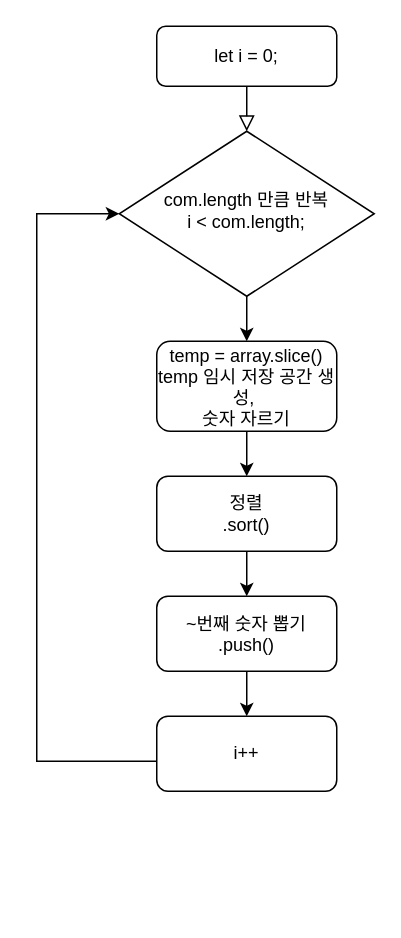
otw03/Programmers-Algorithm keeps this draw.io diagram as Untitled Diagram.drawio. Above is the earlier version. Source tidied: cells renumbered, new cells numbered last; positions are measured from the earlier drawing's top-left corner, leaving out a move shared by most shapes. Both pictures are drawn from the tidied source at 150%, with x=0, y=0 at pixel (36, 26).
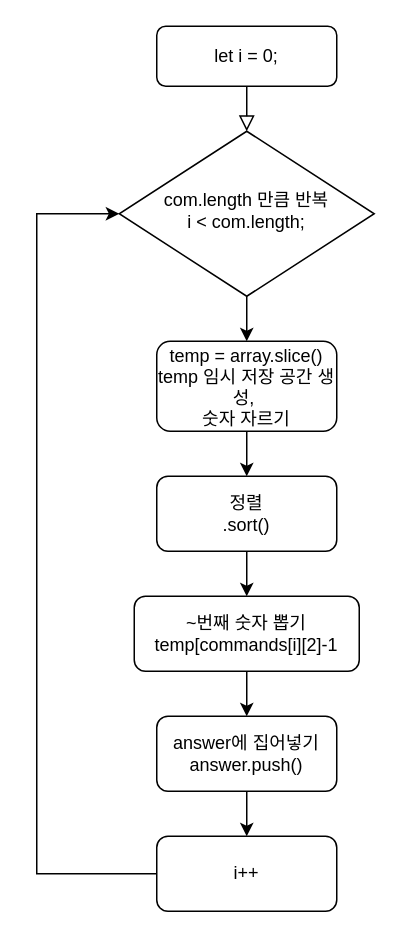
Above is the later version.

Diff of the diagram source:
```diff
@@
 <mxGraphModel>
   <root>
     <mxCell id="0" />
     <mxCell id="1" parent="0" />
     <mxCell id="2" style="rounded=0;html=1;jettySize=auto;fontSize=11;endArrow=block;endFill=0;endSize=8;strokeWidth=1;shadow=0;labelBackgroundColor=none;edgeStyle=orthogonalEdgeStyle;" parent="1" edge="1" source="3" target="5">
       <mxGeometry relative="1" as="geometry" />
     </mxCell>
     <mxCell id="3" value="&lt;span style=&quot;font-family: Arial;&quot;&gt;let i = 0;&lt;/span&gt;" style="rounded=1;whiteSpace=wrap;html=1;fontSize=12;glass=0;strokeWidth=1;shadow=0;" parent="1" vertex="1">
       <mxGeometry x="80" width="120" height="40" as="geometry" />
     </mxCell>
     <mxCell id="4" style="edgeStyle=orthogonalEdgeStyle;rounded=0;jettySize=auto;html=1;" parent="1" edge="1" source="5" target="9">
       <mxGeometry relative="1" as="geometry" />
     </mxCell>
     <mxCell id="5" value="&lt;span style=&quot;font-family: Arial;&quot;&gt;com.length 만큼 반복&lt;/span&gt;&lt;br style=&quot;font-family: Arial;&quot;&gt;&lt;span style=&quot;font-family: Arial;&quot;&gt;i &amp;lt; com.length;&lt;/span&gt;" style="rhombus;whiteSpace=wrap;html=1;shadow=0;fontFamily=Helvetica;fontSize=12;align=center;strokeWidth=1;spacing=6;spacingTop=-4;" parent="1" vertex="1">
       <mxGeometry x="55" y="70" width="170" height="110" as="geometry" />
     </mxCell>
     <mxCell id="6" style="edgeStyle=orthogonalEdgeStyle;rounded=0;jettySize=auto;html=1;entryX=0.5;entryY=0;entryDx=0;entryDy=0;" parent="1" edge="1" source="7" target="11">
       <mxGeometry relative="1" as="geometry" />
     </mxCell>
     <mxCell id="7" value="&lt;span style=&quot;font-family: Arial;&quot;&gt;정렬&lt;/span&gt;&lt;br style=&quot;font-family: Arial;&quot;&gt;&lt;span style=&quot;font-family: Arial;&quot;&gt;.sort()&lt;/span&gt;" style="rounded=1;whiteSpace=wrap;html=1;fontSize=12;glass=0;strokeWidth=1;shadow=0;" parent="1" vertex="1">
       <mxGeometry x="80" y="300" width="120" height="50" as="geometry" />
     </mxCell>
     <mxCell id="8" style="edgeStyle=orthogonalEdgeStyle;rounded=0;jettySize=auto;html=1;" parent="1" edge="1" source="9" target="7">
       <mxGeometry relative="1" as="geometry" />
     </mxCell>
     <mxCell id="9" value="&lt;p style=&quot;margin: 0px; padding: 0px; border: 0px none; line-height: 0px; overflow-wrap: break-word; font-family: Arial;&quot;&gt;&lt;span style=&quot;line-height: 14px;&quot;&gt;temp = array.slice()&lt;br&gt;temp 임시 저장 공간 생성,&amp;nbsp;&lt;br&gt;&lt;/span&gt;&lt;/p&gt;&lt;p style=&quot;margin: 0px; padding: 0px; border: 0px none; line-height: 0px; overflow-wrap: break-word; font-family: Arial;&quot;&gt;&lt;span style=&quot;line-height: 14px;&quot;&gt;숫자 자르기&lt;/span&gt;&lt;/p&gt;" style="rounded=1;whiteSpace=wrap;html=1;" parent="1" vertex="1">
       <mxGeometry x="80" y="210" width="120" height="60" as="geometry" />
     </mxCell>
-    <mxCell id="10" style="edgeStyle=orthogonalEdgeStyle;rounded=0;jettySize=auto;html=1;entryX=0.5;entryY=0;entryDx=0;entryDy=0;" parent="1" edge="1" source="11" target="13">
-      <mxGeometry relative="1" as="geometry" />
+    <mxCell id="10" style="edgeStyle=orthogonalEdgeStyle;rounded=0;jettySize=auto;html=1;" parent="1" edge="1" source="11">
+      <mxGeometry relative="1" as="geometry">
+        <mxPoint x="140" y="460" as="targetPoint" />
+      </mxGeometry>
     </mxCell>
-    <mxCell id="11" value="&lt;p style=&quot;margin: 0px; padding: 0px; border: 0px none; line-height: 0px; overflow-wrap: break-word; font-family: Arial;&quot;&gt;&lt;span style=&quot;line-height: 14px;&quot;&gt;~번째 숫자 뽑기&lt;/span&gt;&lt;/p&gt;&lt;p style=&quot;margin: 0px; padding: 0px; border: 0px none; line-height: 0px; overflow-wrap: break-word; font-family: Arial;&quot;&gt;&lt;span style=&quot;line-height: 14px;&quot;&gt;.push()&lt;/span&gt;&lt;/p&gt;" style="rounded=1;whiteSpace=wrap;html=1;" parent="1" vertex="1">
-      <mxGeometry x="80" y="380" width="120" height="50" as="geometry" />
+    <mxCell id="11" value="~번째 숫자 뽑기&lt;br&gt;temp[commands[i][2]-1" style="rounded=1;whiteSpace=wrap;html=1;" parent="1" vertex="1">
+      <mxGeometry x="65" y="380" width="150" height="50" as="geometry" />
     </mxCell>
-    <mxCell id="12" style="edgeStyle=orthogonalEdgeStyle;rounded=0;jettySize=auto;html=1;" parent="1" edge="1" source="13" target="5">
+    <mxCell id="12" style="edgeStyle=orthogonalEdgeStyle;rounded=0;jettySize=auto;html=1;exitX=0;exitY=0.5;exitDx=0;exitDy=0;" parent="1" edge="1" source="13" target="5">
       <mxGeometry relative="1" as="geometry">
         <Array as="points">
-          <mxPoint y="490" />
+          <mxPoint y="565" />
           <mxPoint y="125" />
         </Array>
       </mxGeometry>
     </mxCell>
     <mxCell id="13" value="&lt;span style=&quot;font-family: Arial;&quot;&gt;i++&lt;/span&gt;" style="rounded=1;whiteSpace=wrap;html=1;" parent="1" vertex="1">
-      <mxGeometry x="80" y="460" width="120" height="50" as="geometry" />
+      <mxGeometry x="80" y="540" width="120" height="50" as="geometry" />
     </mxCell>
+    <mxCell id="14" style="edgeStyle=orthogonalEdgeStyle;rounded=0;orthogonalLoop=1;jettySize=auto;html=1;exitX=0.5;exitY=0;exitDx=0;exitDy=0;entryX=0.5;entryY=0;entryDx=0;entryDy=0;" parent="1" edge="1" source="16" target="16">
+      <mxGeometry relative="1" as="geometry" />
+    </mxCell>
+    <mxCell id="15" style="edgeStyle=orthogonalEdgeStyle;rounded=0;jettySize=auto;html=1;exitX=0.5;exitY=1;exitDx=0;exitDy=0;entryX=0.5;entryY=0;entryDx=0;entryDy=0;" parent="1" edge="1" source="16" target="13">
+      <mxGeometry relative="1" as="geometry" />
+    </mxCell>
+    <mxCell id="16" value="answer에 집어넣기&lt;br&gt;answer.push()" style="rounded=1;whiteSpace=wrap;html=1;" parent="1" vertex="1">
+      <mxGeometry x="80" y="460" width="120" height="50" as="geometry" />
+    </mxCell>
   </root>
 </mxGraphModel>
```
